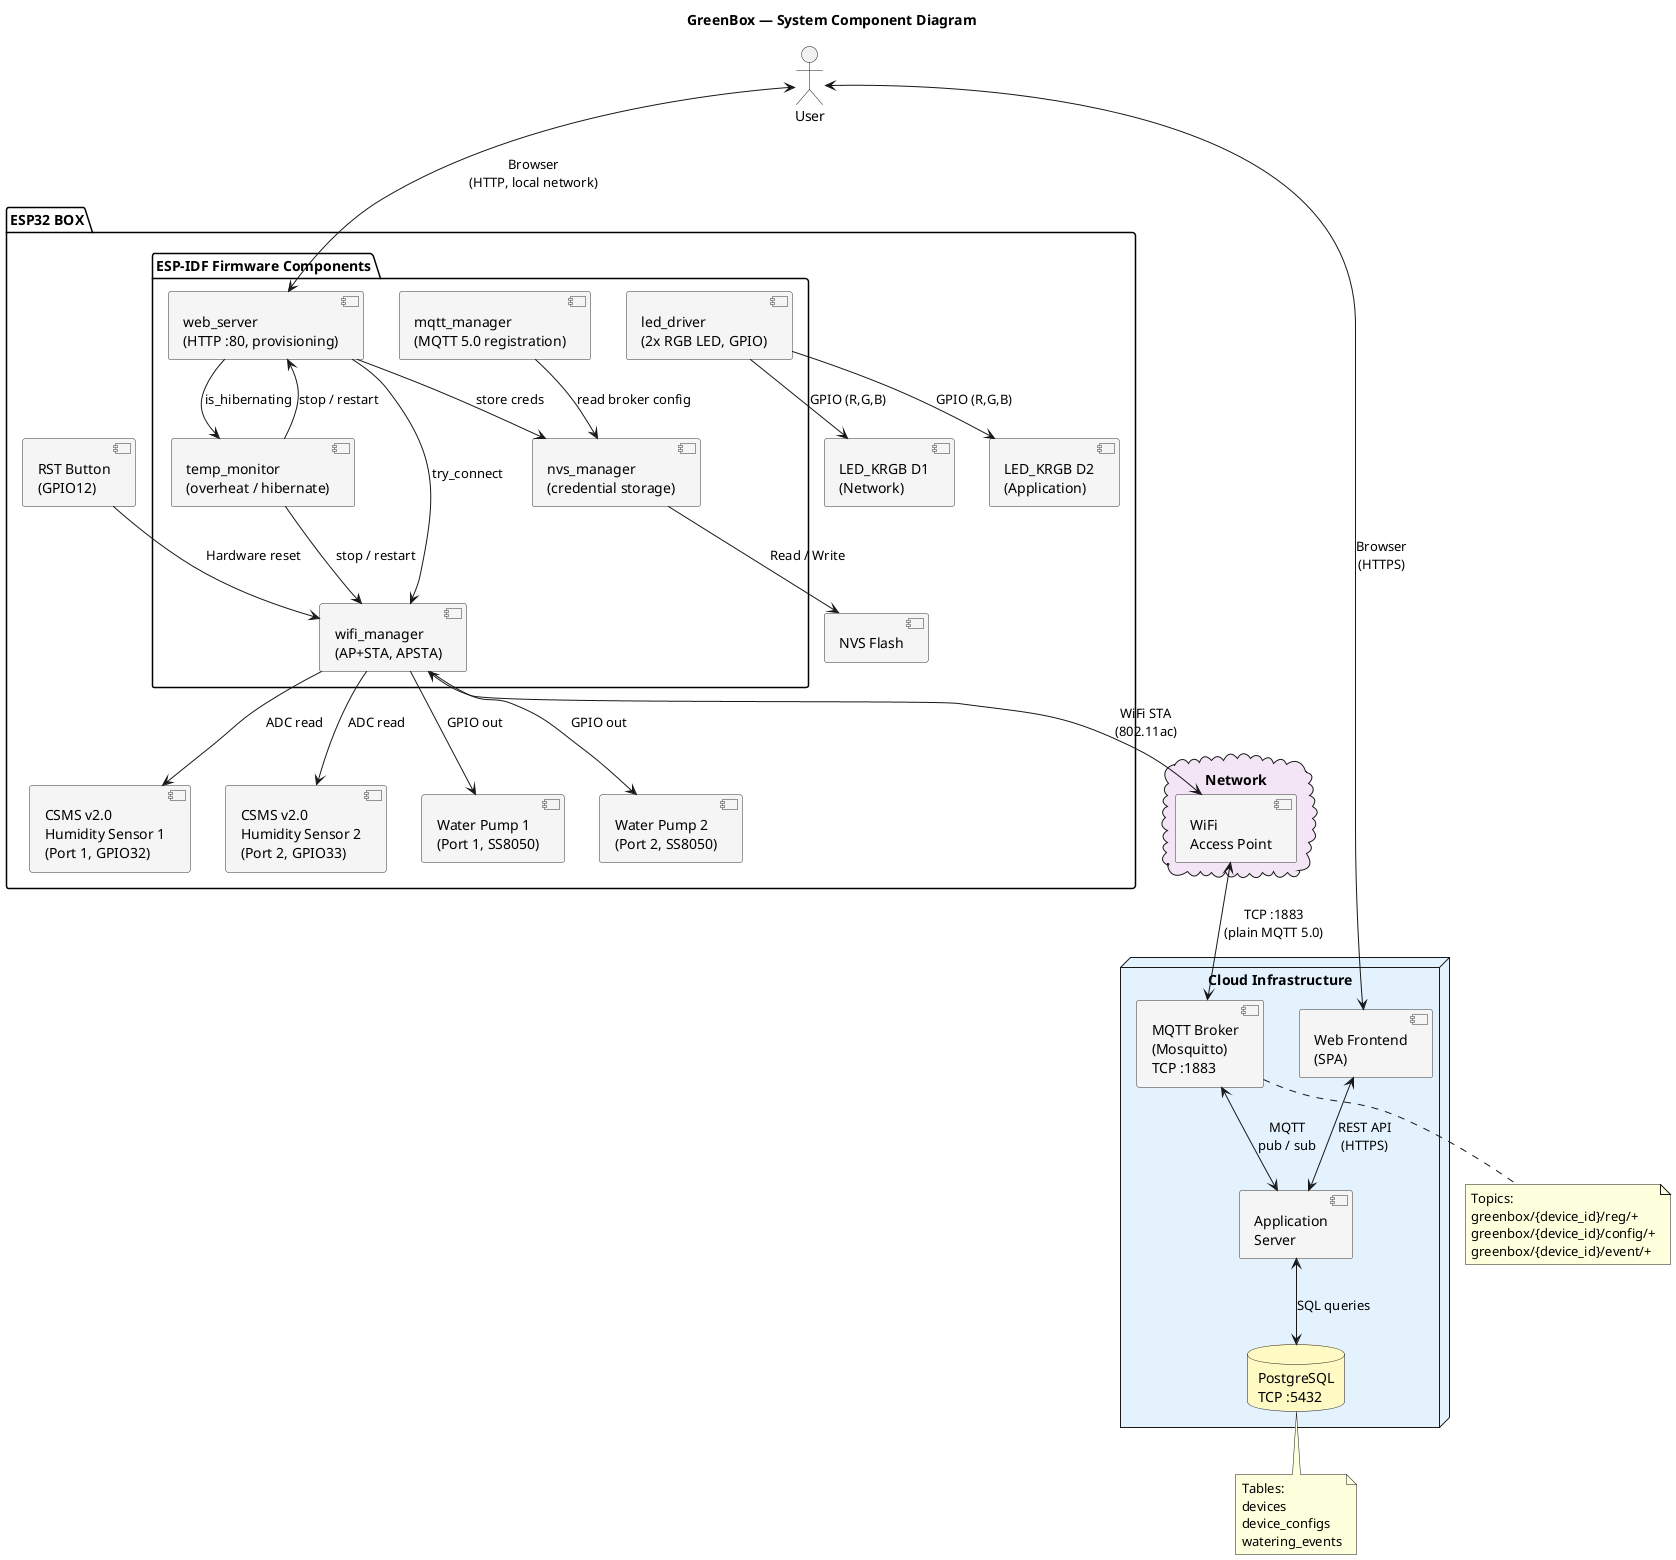
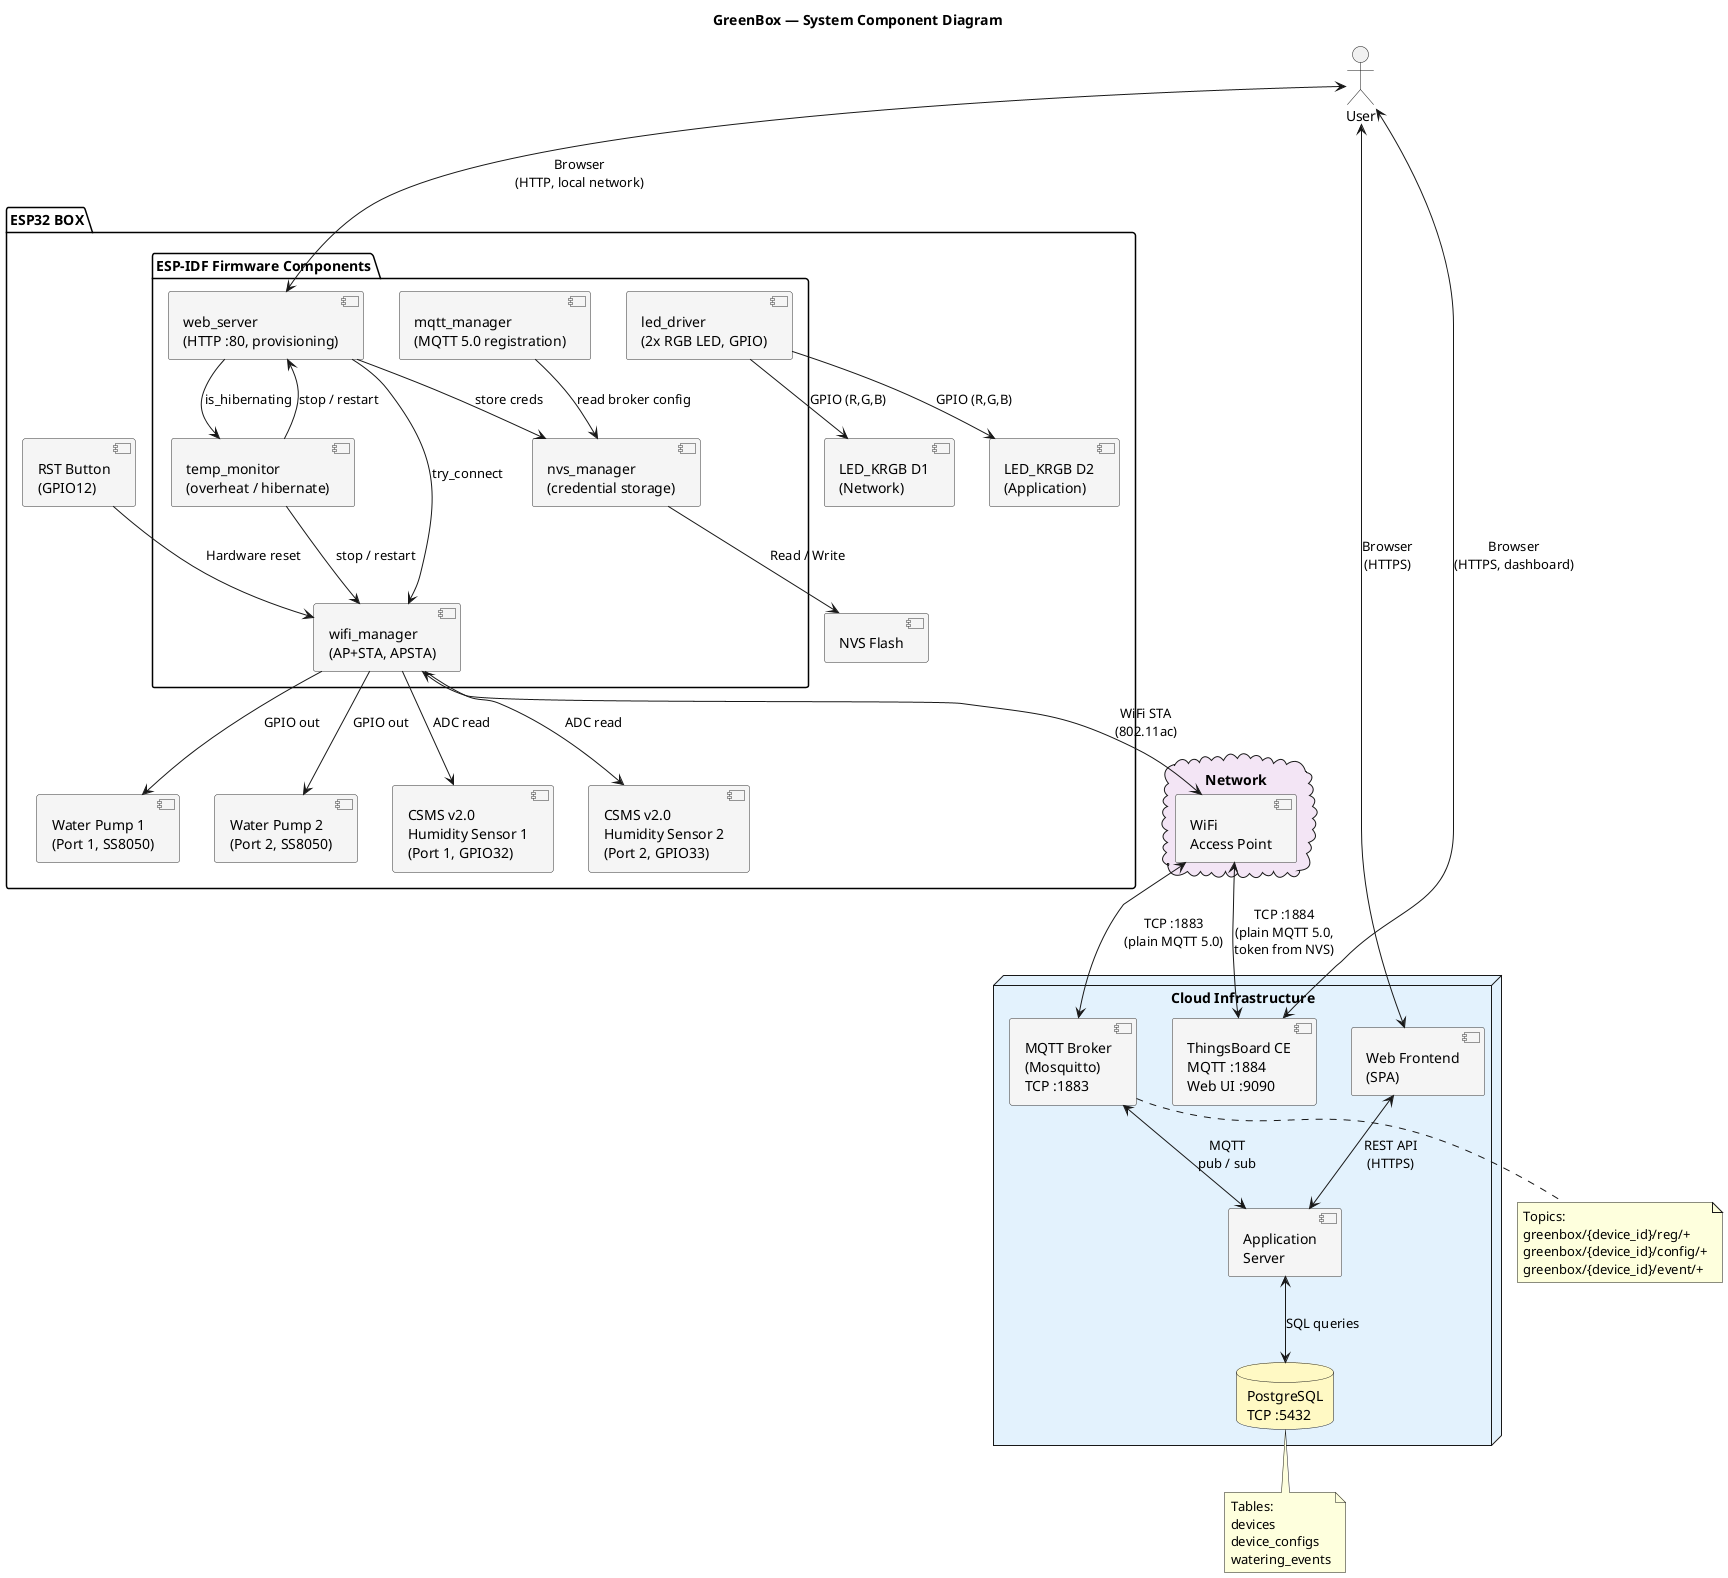
@startuml

title GreenBox — System Component Diagram

skinparam component {
  BackgroundColor #F5F5F5
  BorderColor #333333
}

skinparam node {
  BackgroundColor #E3F2FD
}

skinparam database {
  BackgroundColor #FFF9C4
}

skinparam cloud {
  BackgroundColor #F3E5F5
}

package "ESP32 BOX" {
  package "ESP-IDF Firmware Components" {
    [wifi_manager\n(AP+STA, APSTA)] as WIFIMGR
    [web_server\n(HTTP :80, provisioning)] as ESPWEB
    [mqtt_manager\n(MQTT 5.0 registration)] as MQTTMGR
    [nvs_manager\n(credential storage)] as NVSMGR
    [led_driver\n(2x RGB LED, GPIO)] as LEDDRV
    [temp_monitor\n(overheat / hibernate)] as TEMPMON
  }

  [CSMS v2.0\nHumidity Sensor 1\n(Port 1, GPIO32)] as SENSOR1
  [CSMS v2.0\nHumidity Sensor 2\n(Port 2, GPIO33)] as SENSOR2
  [Water Pump 1\n(Port 1, SS8050)] as PUMP1
  [Water Pump 2\n(Port 2, SS8050)] as PUMP2
  [LED_KRGB D1\n(Network)] as LED1
  [LED_KRGB D2\n(Application)] as LED2
  [NVS Flash] as NVS
  [RST Button\n(GPIO12)] as RST

  WIFIMGR --> SENSOR1 : ADC read
  WIFIMGR --> SENSOR2 : ADC read
  RST --> WIFIMGR : Hardware reset
  WIFIMGR --> PUMP1 : GPIO out
  WIFIMGR --> PUMP2 : GPIO out
  LEDDRV --> LED1 : GPIO (R,G,B)
  LEDDRV --> LED2 : GPIO (R,G,B)
  NVSMGR --> NVS : Read / Write
  ESPWEB --> WIFIMGR : try_connect
  ESPWEB --> NVSMGR : store creds
  ESPWEB --> TEMPMON : is_hibernating
  MQTTMGR --> NVSMGR : read broker config
  TEMPMON --> WIFIMGR : stop / restart
  TEMPMON --> ESPWEB : stop / restart
}

cloud "Network" {
  [WiFi\nAccess Point] as WIFI
}

node "Cloud Infrastructure" {
  [MQTT Broker\n(Mosquitto)\nTCP :1883] as BROKER
  [Application\nServer] as SERVER
  database "PostgreSQL\nTCP :5432" as DB
  [Web Frontend\n(SPA)] as WEB
+   [ThingsBoard CE\nMQTT :1884\nWeb UI :9090] as TB
}

actor "User" as USER

WIFIMGR <--> WIFI : WiFi STA\n(802.11ac)
WIFI <--> BROKER : TCP :1883\n(plain MQTT 5.0)
+ WIFI <--> TB : TCP :1884\n(plain MQTT 5.0,\ntoken from NVS)

BROKER <--> SERVER : MQTT\npub / sub
SERVER <--> DB : SQL queries
WEB <--> SERVER : REST API\n(HTTPS)
USER <--> WEB : Browser\n(HTTPS)
USER <--> ESPWEB : Browser\n(HTTP, local network)
+ USER <--> TB : Browser\n(HTTPS, dashboard)

note bottom of BROKER
  Topics:
  greenbox/{device_id}/reg/+
  greenbox/{device_id}/config/+
  greenbox/{device_id}/event/+
end note

note bottom of DB
  Tables:
  devices
  device_configs
  watering_events
end note

@enduml
